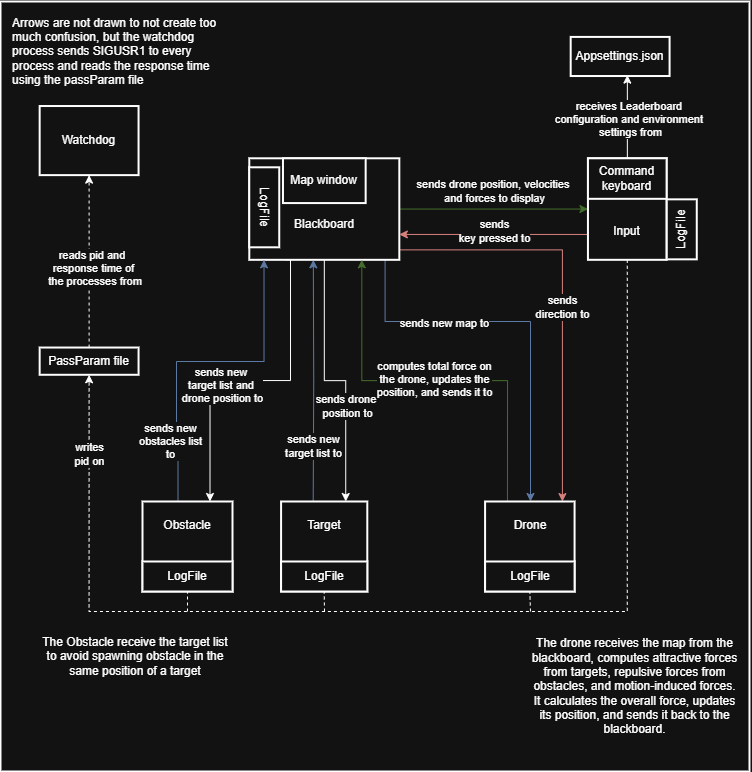
Earlier version of the draw.io export docs/ARP1-ass1.png (MattiaTinfena/AdvancedRobotProgramming-Assignment). Source tidied: cells renumbered, new cells last; positions are measured from the earlier drawing's top-left corner, leaving out a move shared by most shapes.
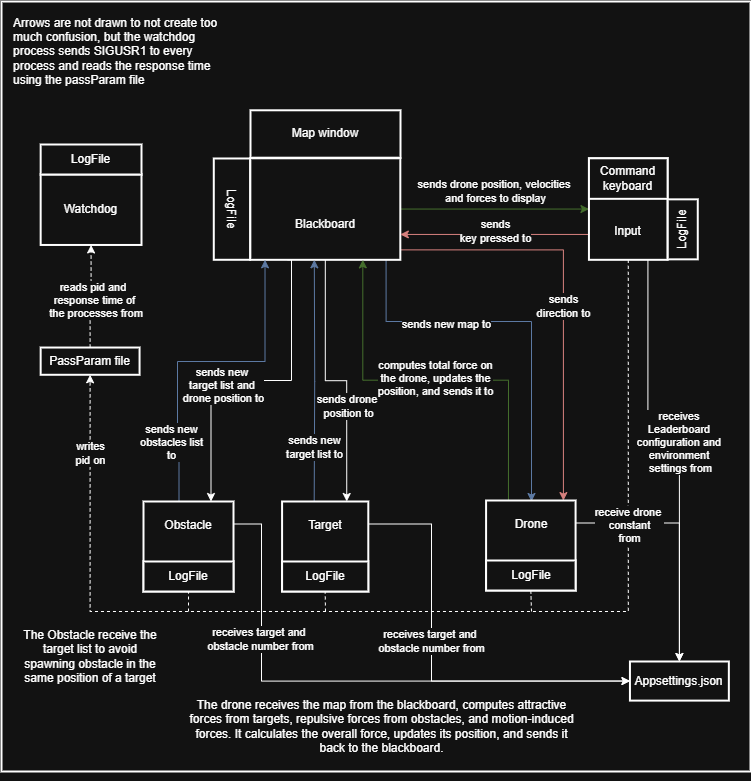
Later version of the same file.

Diff of the diagram source:
```diff
@@ -111,10 +111,10 @@
       </mxGeometry>
     </mxCell>
     <mxCell id="25" value="Map window" style="whiteSpace=wrap;strokeWidth=2;" parent="2" vertex="1">
-      <mxGeometry x="282.5" y="156.8" width="82.7" height="44.8" as="geometry" />
+      <mxGeometry x="249" y="108.8" width="150" height="47.4" as="geometry" />
     </mxCell>
     <mxCell id="26" value="Watchdog" style="whiteSpace=wrap;strokeWidth=2;" parent="2" vertex="1">
-      <mxGeometry x="39.2" y="104.5" width="98.9" height="69.1" as="geometry" />
+      <mxGeometry x="39.2" y="173" width="100.8" height="70.5" as="geometry" />
     </mxCell>
     <mxCell id="27" style="edgeStyle=orthogonalEdgeStyle;rounded=0;jettySize=auto;html=1;exitX=0.5;exitY=0;exitDx=0;exitDy=0;entryX=0.5;entryY=1;entryDx=0;entryDy=0;dashed=1;" parent="2" edge="1" source="29" target="26">
       <mxGeometry relative="1" as="geometry" />
@@ -165,7 +165,7 @@
       <mxGeometry y="60" width="86.2" height="30" as="geometry" />
     </mxCell>
     <mxCell id="41" style="group;" parent="2" vertex="1">
-      <mxGeometry x="484.6" y="500" width="89.5" height="90" as="geometry" />
+      <mxGeometry x="484.6" y="499" width="89.5" height="90" as="geometry" />
     </mxCell>
     <mxCell id="42" value="Drone&#10;&#10;&#10;" style="whiteSpace=wrap;strokeWidth=2;" parent="41" vertex="1">
       <mxGeometry width="89.5" height="90" as="geometry" />
@@ -183,27 +183,60 @@
       <mxGeometry x="-8" y="60" width="90" height="30" as="geometry" />
     </mxCell>
     <mxCell id="47" value="LogFile" style="whiteSpace=wrap;strokeWidth=2;rotation=90;" parent="2" vertex="1">
-      <mxGeometry x="223.8" y="190.8" width="80" height="30" as="geometry" />
+      <mxGeometry x="179.8" y="189.5" width="101.3" height="36.3" as="geometry" />
     </mxCell>
     <mxCell id="48" value="The drone receives the map from the blackboard, computes attractive forces from targets, repulsive forces from obstacles, and motion-induced forces. It calculates the overall force, updates its position, and sends it back to the blackboard." style="text;html=1;align=center;verticalAlign=middle;whiteSpace=wrap;rounded=0;" parent="2" vertex="1">
-      <mxGeometry x="530" y="630" width="208.8" height="110" as="geometry" />
+      <mxGeometry x="179.8" y="670" width="400.8" height="110" as="geometry" />
     </mxCell>
     <mxCell id="49" value="The Obstacle receive the target list to avoid spawning obstacle in the same position of a target" style="text;html=1;align=center;verticalAlign=middle;whiteSpace=wrap;rounded=0;" parent="2" vertex="1">
-      <mxGeometry x="40" y="630" width="190" height="50" as="geometry" />
+      <mxGeometry x="18.6" y="620" width="140" height="70" as="geometry" />
     </mxCell>
     <mxCell id="50" value="LogFile" style="whiteSpace=wrap;strokeWidth=2;rotation=-90;" parent="2" vertex="1">
       <mxGeometry x="651.3" y="212.8" width="60" height="30" as="geometry" />
     </mxCell>
     <mxCell id="51" value="Appsettings.json" style="whiteSpace=wrap;strokeWidth=2;" parent="2" vertex="1">
-      <mxGeometry x="570.2" y="35.4" width="98.9" height="39.1" as="geometry" />
+      <mxGeometry x="628.5" y="660" width="98.9" height="39.1" as="geometry" />
     </mxCell>
+    <mxCell id="54" style="edgeStyle=orthogonalEdgeStyle;rounded=0;jettySize=auto;html=1;exitX=1;exitY=0.25;exitDx=0;exitDy=0;entryX=0;entryY=0.5;entryDx=0;entryDy=0;" parent="2" edge="1" source="45" target="51">
+      <mxGeometry relative="1" as="geometry">
+        <Array as="points">
+          <mxPoint x="260" y="523" />
+          <mxPoint x="260" y="680" />
+        </Array>
+      </mxGeometry>
+    </mxCell>
+    <mxCell id="55" value="receives target and&amp;nbsp;&lt;div&gt;obstacle number from&lt;/div&gt;" style="edgeLabel;html=1;align=center;verticalAlign=middle;" parent="54" vertex="1">
+      <mxGeometry x="-0.48" y="-2" relative="1" as="geometry" />
+    </mxCell>
+    <mxCell id="56" style="edgeStyle=orthogonalEdgeStyle;rounded=0;jettySize=auto;html=1;exitX=1;exitY=0.25;exitDx=0;exitDy=0;entryX=0;entryY=0.5;entryDx=0;entryDy=0;" parent="2" edge="1" source="39" target="51">
+      <mxGeometry relative="1" as="geometry">
+        <Array as="points">
+          <mxPoint x="430" y="523" />
+          <mxPoint x="430" y="680" />
+        </Array>
+      </mxGeometry>
+    </mxCell>
+    <mxCell id="57" value="receives target and&amp;nbsp;&lt;div&gt;obstacle number from&lt;/div&gt;" style="edgeLabel;html=1;align=center;verticalAlign=middle;" parent="56" vertex="1">
+      <mxGeometry x="-0.14" y="-1" relative="1" as="geometry" />
+    </mxCell>
+    <mxCell id="58" style="edgeStyle=orthogonalEdgeStyle;rounded=0;jettySize=auto;html=1;exitX=1;exitY=0.25;exitDx=0;exitDy=0;entryX=0.5;entryY=0;entryDx=0;entryDy=0;" parent="2" edge="1" source="42" target="51">
+      <mxGeometry relative="1" as="geometry" />
+    </mxCell>
+    <mxCell id="59" value="receive drone&amp;nbsp;&lt;div&gt;&lt;span style=&quot;background-color: light-dark(#ffffff, var(--ge-dark-color, #121212)); color: light-dark(rgb(0, 0, 0), rgb(255, 255, 255));&quot;&gt;constant&lt;/span&gt;&lt;div&gt;from&lt;/div&gt;&lt;/div&gt;" style="edgeLabel;html=1;align=center;verticalAlign=middle;" parent="58" vertex="1">
+      <mxGeometry x="-0.75" y="-2" relative="1" as="geometry">
+        <mxPoint x="22" as="offset" />
+      </mxGeometry>
+    </mxCell>
-    <mxCell id="52" style="edgeStyle=orthogonalEdgeStyle;rounded=0;jettySize=auto;html=1;entryX=0.573;entryY=0.977;entryDx=0;entryDy=0;entryPerimeter=0;" parent="2" edge="1" source="31" target="51">
+    <mxCell id="52" style="edgeStyle=orthogonalEdgeStyle;rounded=0;jettySize=auto;html=1;exitX=0.75;exitY=1;exitDx=0;exitDy=0;entryX=0.5;entryY=0;entryDx=0;entryDy=0;" parent="2" edge="1" source="31" target="51">
       <mxGeometry relative="1" as="geometry" />
     </mxCell>
-    <mxCell id="53" value="receives Leaderboard&amp;nbsp;&lt;div&gt;configuration and environment&amp;nbsp;&lt;/div&gt;&lt;div&gt;settings from&lt;/div&gt;" style="edgeLabel;html=1;align=center;verticalAlign=middle;" parent="52" vertex="1">
-      <mxGeometry x="-0.2" y="-3" relative="1" as="geometry">
-        <mxPoint y="-6" as="offset" />
+    <mxCell id="53" value="receives&amp;nbsp;&lt;div&gt;Leaderboard&amp;nbsp;&lt;div&gt;configuration and&amp;nbsp;&lt;/div&gt;&lt;div&gt;environment&amp;nbsp;&lt;/div&gt;&lt;div&gt;settings from&lt;/div&gt;&lt;/div&gt;" style="edgeLabel;html=1;align=center;verticalAlign=middle;" parent="52" vertex="1">
+      <mxGeometry x="-0.2" y="2" relative="1" as="geometry">
+        <mxPoint x="30" y="9" as="offset" />
       </mxGeometry>
     </mxCell>
+    <mxCell id="60" value="LogFile" style="whiteSpace=wrap;strokeWidth=2;rotation=0;" parent="2" vertex="1">
+      <mxGeometry x="39.2" y="143" width="100.8" height="30" as="geometry" />
+    </mxCell>
   </root>
 </mxGraphModel>
```
